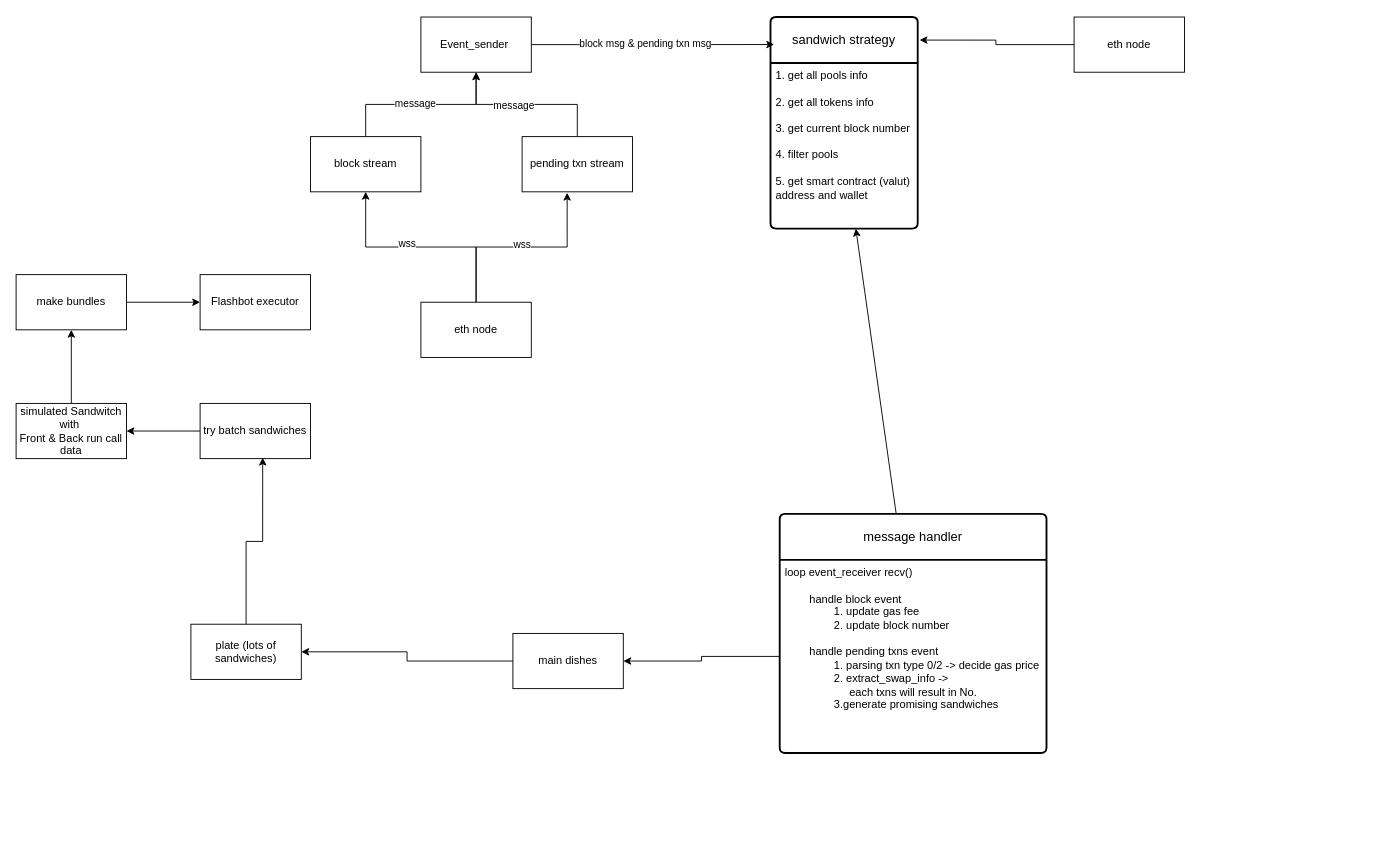
wltsangaa/MEV-bot keeps this draw.io diagram as sandoo.drawio. Above is the earlier version. Source tidied: cells renumbered, new cells numbered last; positions are measured from the earlier drawing's top-left corner, leaving out a move shared by most shapes. Both pictures are drawn from the tidied source at 92%, with x=0, y=0 at pixel (16, 17).
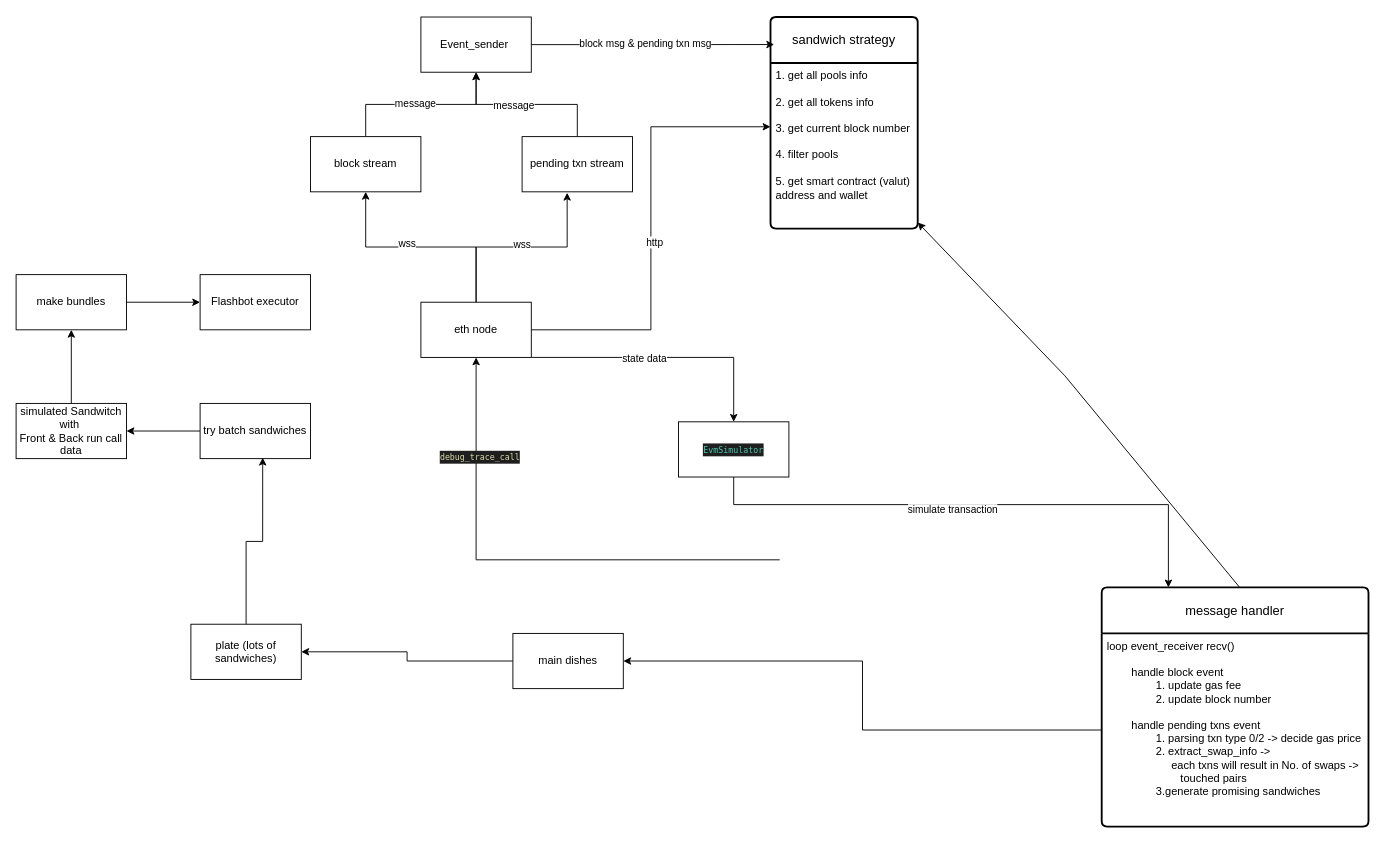
Above is the later version.

Unchanged cells that the change refers to:
```xml
<mxCell id="11" value="eth node" style="rounded=0;whiteSpace=wrap;html=1;" parent="1" vertex="1">
  <mxGeometry x="440" y="310" width="120" height="60" as="geometry" />
</mxCell>
<mxCell id="14" value="sandwich strategy" style="swimlane;horizontal=1;startSize=50;rounded=1;fontSize=14;fontStyle=0;strokeWidth=2;shadow=0;dashed=0;align=center;arcSize=4;whiteSpace=wrap;html=1;" parent="1" vertex="1">
  <mxGeometry x="820" width="160" height="230" as="geometry" />
</mxCell>
<mxCell id="15" value="1. get all pools info&lt;div&gt;&lt;br&gt;&lt;div&gt;2. get all tokens info&lt;/div&gt;&lt;div&gt;&lt;br&gt;&lt;/div&gt;&lt;div&gt;3. get current block number&lt;/div&gt;&lt;div&gt;&amp;nbsp;&lt;/div&gt;&lt;div&gt;4. filter pools&lt;/div&gt;&lt;div&gt;&lt;br&gt;&lt;/div&gt;&lt;div&gt;5. get smart contract (valut)&amp;nbsp;&lt;/div&gt;&lt;div&gt;address and wallet&lt;/div&gt;&lt;/div&gt;" style="align=left;strokeColor=none;fillColor=none;spacingLeft=4;fontSize=12;verticalAlign=top;html=1;" parent="14" vertex="1">
  <mxGeometry y="50" width="160" height="180" as="geometry" />
</mxCell>
```

The edit, as a diff of the source:
```diff
@@
+    <mxCell id="35" style="edgeStyle=orthogonalEdgeStyle;rounded=0;jettySize=auto;html=1;" parent="1" edge="1" source="11" target="43">
+      <mxGeometry relative="1" as="geometry">
+        <Array as="points">
+          <mxPoint x="780" y="370" />
+        </Array>
+      </mxGeometry>
+    </mxCell>
+    <mxCell id="36" value="state data" style="edgeLabel;html=1;align=center;verticalAlign=middle;" parent="35" vertex="1">
+      <mxGeometry x="-0.16" relative="1" as="geometry" />
+    </mxCell>
@@
-    <mxCell id="16" value="eth node" style="rounded=0;whiteSpace=wrap;html=1;" parent="1" vertex="1">
-      <mxGeometry x="1150" width="120" height="60" as="geometry" />
-    </mxCell>
-    <mxCell id="17" style="edgeStyle=orthogonalEdgeStyle;rounded=0;jettySize=auto;html=1;entryX=1.013;entryY=0.109;entryDx=0;entryDy=0;entryPerimeter=0;" parent="1" edge="1" source="16" target="14">
-      <mxGeometry relative="1" as="geometry" />
-    </mxCell>
@@
     <mxCell id="20" style="rounded=0;jettySize=auto;html=1;" parent="1" edge="1" source="21" target="15">
-      <mxGeometry relative="1" as="geometry" />
+      <mxGeometry relative="1" as="geometry">
+        <Array as="points">
+          <mxPoint x="1330" y="620" />
+          <mxPoint x="1140" y="390" />
+        </Array>
+      </mxGeometry>
     </mxCell>
+    <mxCell id="37" style="edgeStyle=orthogonalEdgeStyle;rounded=0;jettySize=auto;html=1;entryX=0.5;entryY=1;entryDx=0;entryDy=0;" parent="1" edge="1" target="11">
+      <mxGeometry relative="1" as="geometry">
+        <mxPoint x="830" y="590" as="sourcePoint" />
+        <Array as="points">
+          <mxPoint x="500" y="590" />
+        </Array>
+      </mxGeometry>
+    </mxCell>
+    <mxCell id="38" value="&lt;div style=&quot;color: rgb(204, 204, 204); background-color: rgb(31, 31, 31); font-family: Menlo, Monaco, &amp;quot;Courier New&amp;quot;, monospace; font-size: 9px; line-height: 14px; white-space-collapse: preserve;&quot;&gt;&lt;span style=&quot;color: #dcdcaa;&quot;&gt;debug_trace_call&lt;/span&gt;&lt;/div&gt;" style="edgeLabel;html=1;align=center;verticalAlign=middle;" parent="37" vertex="1">
+      <mxGeometry x="0.61" y="-2" relative="1" as="geometry">
+        <mxPoint x="1" as="offset" />
+      </mxGeometry>
+    </mxCell>
     <mxCell id="21" value="message handler" style="swimlane;horizontal=1;startSize=50;rounded=1;fontSize=14;fontStyle=0;strokeWidth=2;shadow=0;dashed=0;align=center;arcSize=4;whiteSpace=wrap;html=1;" parent="1" vertex="1">
-      <mxGeometry x="830" y="540" width="290" height="260" as="geometry" />
+      <mxGeometry x="1180" y="620" width="290" height="260" as="geometry" />
     </mxCell>
-    <mxCell id="22" value="loop event_receiver recv()&lt;div&gt;&lt;span style=&quot;white-space: pre;&quot;&gt;&#9;&lt;/span&gt;&lt;br&gt;&lt;/div&gt;&lt;div&gt;&lt;span style=&quot;white-space: pre;&quot;&gt;&#9;&lt;/span&gt;handle block event&lt;br&gt;&lt;/div&gt;&lt;div&gt;&lt;span style=&quot;white-space: pre;&quot;&gt;&#9;&lt;/span&gt;&lt;span style=&quot;white-space: pre;&quot;&gt;&#9;&lt;/span&gt;1. update gas fee&lt;br&gt;&lt;/div&gt;&lt;div&gt;&lt;span style=&quot;white-space: pre;&quot;&gt;&#9;&lt;/span&gt;&lt;span style=&quot;white-space: pre;&quot;&gt;&#9;&lt;/span&gt;2. update block number&lt;br&gt;&lt;/div&gt;&lt;div&gt;&lt;br&gt;&lt;/div&gt;&lt;div&gt;&lt;span style=&quot;white-space: pre;&quot;&gt;&#9;&lt;/span&gt;handle pending txns event&lt;br&gt;&lt;/div&gt;&lt;div&gt;&lt;span style=&quot;white-space: pre;&quot;&gt;&#9;&lt;/span&gt;&lt;span style=&quot;white-space: pre;&quot;&gt;&#9;&lt;/span&gt;1. parsing txn type 0/2 -&amp;gt; decide gas price&amp;nbsp;&lt;/div&gt;&lt;div&gt;&lt;span style=&quot;white-space: pre;&quot;&gt;&#9;&lt;/span&gt;&lt;span style=&quot;white-space: pre;&quot;&gt;&#9;&lt;/span&gt;2. extract_swap_info -&amp;gt;&lt;br&gt;&lt;span style=&quot;white-space: pre;&quot;&gt;&#9;&lt;/span&gt;&lt;span style=&quot;white-space: pre;&quot;&gt;&#9;&lt;/span&gt;&amp;nbsp; &amp;nbsp; &amp;nbsp;each txns will result in No.&lt;br&gt;&lt;/div&gt;&lt;div&gt;&lt;span style=&quot;white-space: pre;&quot;&gt;&#9;&lt;/span&gt;&lt;span style=&quot;white-space: pre;&quot;&gt;&#9;&lt;/span&gt;3.generate promising sandwiches&lt;br&gt;&lt;/div&gt;" style="align=left;strokeColor=none;fillColor=none;spacingLeft=4;fontSize=12;verticalAlign=top;html=1;" parent="21" vertex="1">
+    <mxCell id="22" value="loop event_receiver recv()&lt;div&gt;&lt;span style=&quot;white-space: pre;&quot;&gt;&#9;&lt;/span&gt;&lt;br&gt;&lt;/div&gt;&lt;div&gt;&lt;span style=&quot;white-space: pre;&quot;&gt;&#9;&lt;/span&gt;handle block event&lt;br&gt;&lt;/div&gt;&lt;div&gt;&lt;span style=&quot;white-space: pre;&quot;&gt;&#9;&lt;/span&gt;&lt;span style=&quot;white-space: pre;&quot;&gt;&#9;&lt;/span&gt;1. update gas fee&lt;br&gt;&lt;/div&gt;&lt;div&gt;&lt;span style=&quot;white-space: pre;&quot;&gt;&#9;&lt;/span&gt;&lt;span style=&quot;white-space: pre;&quot;&gt;&#9;&lt;/span&gt;2. update block number&lt;br&gt;&lt;/div&gt;&lt;div&gt;&lt;br&gt;&lt;/div&gt;&lt;div&gt;&lt;span style=&quot;white-space: pre;&quot;&gt;&#9;&lt;/span&gt;handle pending txns event&lt;br&gt;&lt;/div&gt;&lt;div&gt;&lt;span style=&quot;white-space: pre;&quot;&gt;&#9;&lt;/span&gt;&lt;span style=&quot;white-space: pre;&quot;&gt;&#9;&lt;/span&gt;1. parsing txn type 0/2 -&amp;gt; decide gas price&amp;nbsp;&lt;/div&gt;&lt;div&gt;&lt;span style=&quot;white-space: pre;&quot;&gt;&#9;&lt;/span&gt;&lt;span style=&quot;white-space: pre;&quot;&gt;&#9;&lt;/span&gt;2. extract_swap_info -&amp;gt;&lt;br&gt;&lt;span style=&quot;white-space: pre;&quot;&gt;&#9;&lt;/span&gt;&lt;span style=&quot;white-space: pre;&quot;&gt;&#9;&lt;/span&gt;&amp;nbsp; &amp;nbsp; &amp;nbsp;each txns will result in No. of swaps -&amp;gt;&lt;br&gt;&lt;span style=&quot;white-space: pre;&quot;&gt;&#9;&lt;/span&gt;&lt;span style=&quot;white-space: pre;&quot;&gt;&#9;&lt;/span&gt;&lt;span style=&quot;white-space: pre;&quot;&gt;&#9;&lt;/span&gt;touched pairs&lt;br&gt;&lt;/div&gt;&lt;div&gt;&lt;span style=&quot;white-space: pre;&quot;&gt;&#9;&lt;/span&gt;&lt;span style=&quot;white-space: pre;&quot;&gt;&#9;&lt;/span&gt;3.generate promising sandwiches&lt;br&gt;&lt;/div&gt;" style="align=left;strokeColor=none;fillColor=none;spacingLeft=4;fontSize=12;verticalAlign=top;html=1;" parent="21" vertex="1">
       <mxGeometry y="50" width="290" height="210" as="geometry" />
     </mxCell>
@@
+    <mxCell id="39" style="edgeStyle=orthogonalEdgeStyle;rounded=0;jettySize=auto;html=1;entryX=0;entryY=0.385;entryDx=0;entryDy=0;entryPerimeter=0;" parent="1" edge="1" source="11" target="15">
+      <mxGeometry relative="1" as="geometry" />
+    </mxCell>
+    <mxCell id="40" value="http" style="edgeLabel;html=1;align=center;verticalAlign=middle;" parent="39" vertex="1">
+      <mxGeometry x="-0.06" y="-3" relative="1" as="geometry" />
+    </mxCell>
+    <mxCell id="41" style="edgeStyle=orthogonalEdgeStyle;rounded=0;jettySize=auto;html=1;entryX=0.25;entryY=0;entryDx=0;entryDy=0;" parent="1" edge="1" source="43" target="21">
+      <mxGeometry relative="1" as="geometry">
+        <Array as="points">
+          <mxPoint x="780" y="530" />
+          <mxPoint x="1253" y="530" />
+        </Array>
+      </mxGeometry>
+    </mxCell>
+    <mxCell id="42" value="simulate transaction" style="edgeLabel;html=1;align=center;verticalAlign=middle;" parent="41" vertex="1">
+      <mxGeometry x="-0.1" y="-5" relative="1" as="geometry" />
+    </mxCell>
+    <mxCell id="43" value="&lt;div style=&quot;color: rgb(204, 204, 204); background-color: rgb(31, 31, 31); font-family: Menlo, Monaco, &amp;quot;Courier New&amp;quot;, monospace; font-size: 9px; line-height: 14px; white-space: pre;&quot;&gt;&lt;span style=&quot;color: #4ec9b0;&quot;&gt;EvmSimulator&lt;/span&gt;&lt;/div&gt;" style="rounded=0;whiteSpace=wrap;html=1;" parent="1" vertex="1">
+      <mxGeometry x="720" y="440" width="120" height="60" as="geometry" />
+    </mxCell>
```
